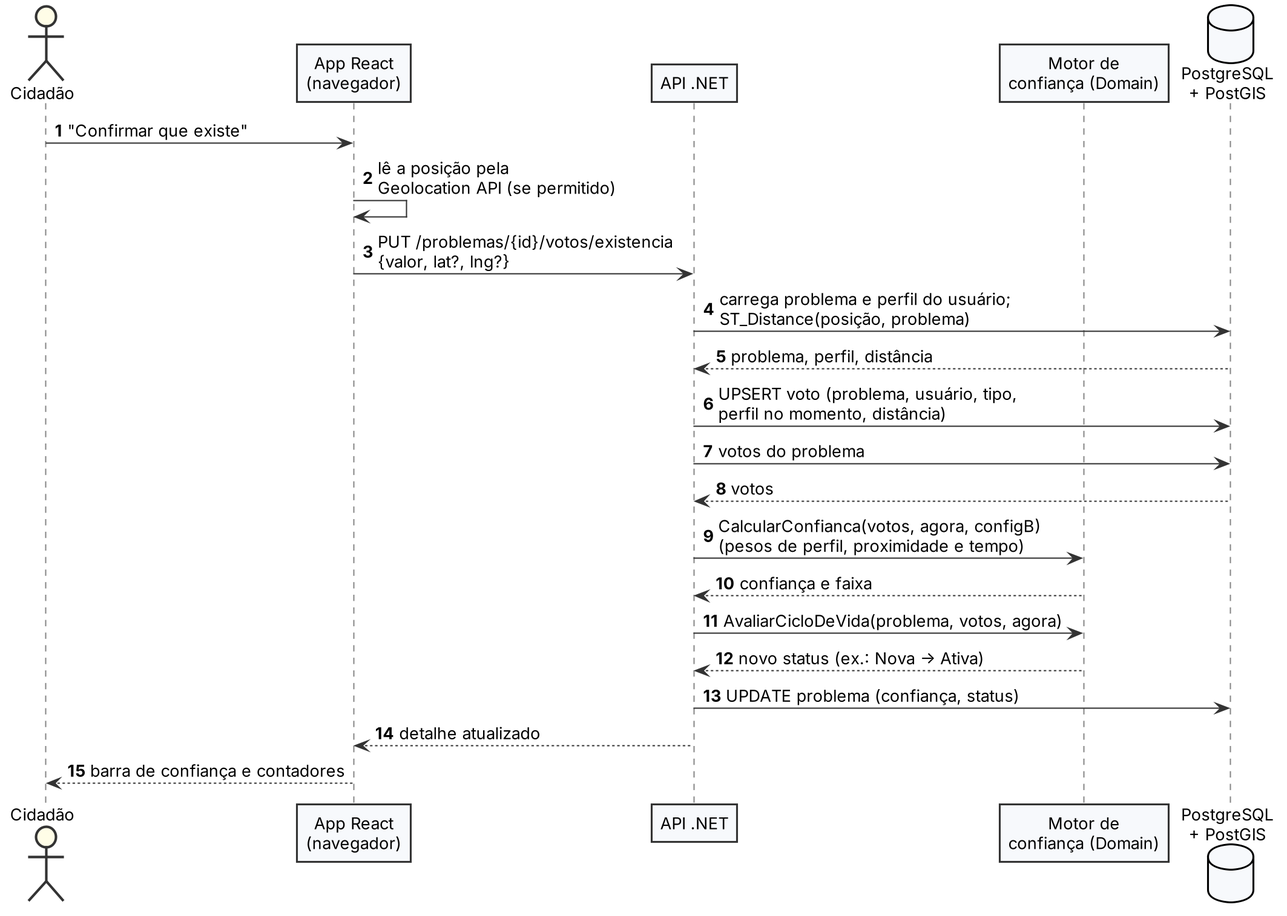
Before: docs/diagramas/05_seq_votar.png, a diagram exported from PlantUML (VictorHenriqueTerraCheru/TCC.back). Its source is kept beside it as docs/diagramas/05_seq_votar.puml. Its diagram source:
```plantuml
@startuml
!include _style.iuml
autonumber
actor "Cidadão" as U
participant "App React\n(navegador)" as APP
participant "API .NET" as API
participant "Motor de\nconfiança (Domain)" as MC
database "PostgreSQL\n+ PostGIS" as DB
U -> APP : "Ainda está lá?" → "Sim, está lá"
APP -> APP : lê a posição pela\nGeolocation API (se permitido)
APP -> API : PUT /problemas/{id}/voto\n{valor, lat?, lng?}
API -> DB : carrega problema e perfil do usuário;\nST_Distance(posição, problema)
DB --> API : problema, perfil, distância
API -> DB : UPSERT voto (problema, usuário,\nperfil no momento, distância)
API -> DB : votos do problema
DB --> API : votos
API -> MC : CalcularConfianca(votos, agora, configB)\n(pesos de perfil, proximidade e tempo)
MC --> API : confiança e faixa
API -> MC : AvaliarCicloDeVida(problema, votos, agora)
MC --> API : novo status (ex.: Nova -> Ativa)
API -> DB : UPDATE problema (confiança, status)
API --> APP : detalhe atualizado
APP --> U : barra de confiança e contadores
@enduml
```
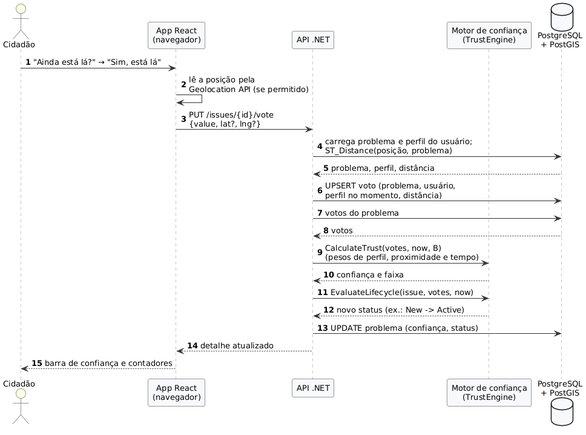
Later version of the same file.

Change to the diagram source:
```diff
@@ -4,20 +4,20 @@
 actor "Cidadão" as U
 participant "App React\n(navegador)" as APP
 participant "API .NET" as API
-participant "Motor de\nconfiança (Domain)" as MC
+participant "Motor de confiança\n(TrustEngine)" as MC
 database "PostgreSQL\n+ PostGIS" as DB
 U -> APP : "Ainda está lá?" → "Sim, está lá"
 APP -> APP : lê a posição pela\nGeolocation API (se permitido)
-APP -> API : PUT /problemas/{id}/voto\n{valor, lat?, lng?}
+APP -> API : PUT /issues/{id}/vote\n{value, lat?, lng?}
 API -> DB : carrega problema e perfil do usuário;\nST_Distance(posição, problema)
 DB --> API : problema, perfil, distância
 API -> DB : UPSERT voto (problema, usuário,\nperfil no momento, distância)
 API -> DB : votos do problema
 DB --> API : votos
-API -> MC : CalcularConfianca(votos, agora, configB)\n(pesos de perfil, proximidade e tempo)
+API -> MC : CalculateTrust(votes, now, B)\n(pesos de perfil, proximidade e tempo)
 MC --> API : confiança e faixa
-API -> MC : AvaliarCicloDeVida(problema, votos, agora)
-MC --> API : novo status (ex.: Nova -> Ativa)
+API -> MC : EvaluateLifecycle(issue, votes, now)
+MC --> API : novo status (ex.: New -> Active)
 API -> DB : UPDATE problema (confiança, status)
 API --> APP : detalhe atualizado
 APP --> U : barra de confiança e contadores
```
